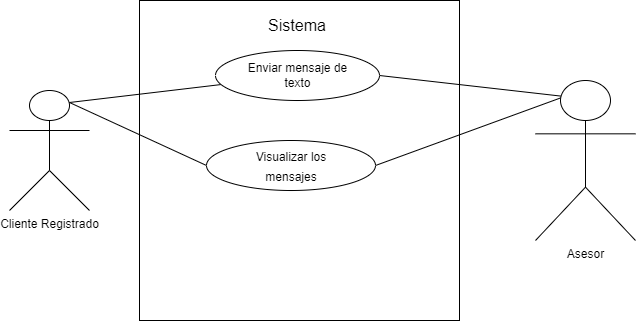
This is Proyecto en REM/image/CU04-chat.png from TheNeoStormZ/super-REMORY, a draw.io export, as it was before one commit. Source tidied: cells renumbered, new cells last; positions are measured from the earlier drawing's top-left corner, leaving out a move shared by most shapes. The source it was exported from:
```xml
<mxGraphModel>
  <root>
    <mxCell id="0" />
    <mxCell id="1" parent="0" />
    <mxCell id="2" style="whiteSpace=wrap;html=1;" parent="1" vertex="1">
      <mxGeometry x="130" width="320" height="320" as="geometry" />
    </mxCell>
    <mxCell id="3" value="Cliente Registrado" style="shape=umlActor;verticalLabelPosition=bottom;verticalAlign=top;html=1;outlineConnect=0;" parent="1" vertex="1">
      <mxGeometry y="90" width="80" height="120" as="geometry" />
    </mxCell>
    <mxCell id="4" style="endArrow=none;html=1;rounded=0;exitX=0.75;exitY=0.1;exitDx=0;exitDy=0;exitPerimeter=0;" parent="1" edge="1" source="3" target="5">
      <mxGeometry relative="1" as="geometry" />
    </mxCell>
    <mxCell id="5" style="ellipse;whiteSpace=wrap;html=1;" parent="1" vertex="1">
      <mxGeometry x="206" y="50" width="164" height="50" as="geometry" />
    </mxCell>
    <mxCell id="6" value="Enviar mensaje de texto" style="text;html=1;strokeColor=none;fillColor=none;align=center;verticalAlign=middle;whiteSpace=wrap;rounded=0;" parent="1" vertex="1">
      <mxGeometry x="227.5" y="50" width="121" height="50" as="geometry" />
    </mxCell>
    <mxCell id="7" style="endArrow=none;html=1;rounded=0;entryX=0.25;entryY=0.1;entryDx=0;entryDy=0;entryPerimeter=0;exitX=1;exitY=0.5;exitDx=0;exitDy=0;" parent="1" edge="1" source="5">
      <mxGeometry relative="1" as="geometry">
        <mxPoint x="555" y="96" as="targetPoint" />
      </mxGeometry>
    </mxCell>
    <mxCell id="8" value="&lt;div style=&quot;font-size: 16px&quot;&gt;&lt;font style=&quot;font-size: 16px&quot;&gt;Sistema&lt;br&gt;&lt;/font&gt;&lt;/div&gt;" style="text;html=1;strokeColor=none;fillColor=none;align=center;verticalAlign=middle;whiteSpace=wrap;rounded=0;" parent="1" vertex="1">
      <mxGeometry x="258" y="10" width="60" height="30" as="geometry" />
    </mxCell>
    <mxCell id="9" style="ellipse;whiteSpace=wrap;html=1;fontSize=16;" parent="1" vertex="1">
      <mxGeometry x="197" y="140" width="169" height="50" as="geometry" />
    </mxCell>
    <mxCell id="10" value="&lt;div&gt;&lt;font style=&quot;font-size: 12px&quot;&gt;Visualizar los mensajes&lt;br&gt;&lt;/font&gt;&lt;/div&gt;" style="text;html=1;strokeColor=none;fillColor=none;align=center;verticalAlign=middle;whiteSpace=wrap;rounded=0;fontSize=16;" parent="1" vertex="1">
      <mxGeometry x="241.5" y="145" width="80" height="40" as="geometry" />
    </mxCell>
    <mxCell id="11" style="endArrow=none;html=1;rounded=0;fontSize=12;exitX=1;exitY=0.5;exitDx=0;exitDy=0;entryX=0.25;entryY=0.1;entryDx=0;entryDy=0;entryPerimeter=0;" parent="1" edge="1" source="9">
      <mxGeometry relative="1" as="geometry">
        <mxPoint x="555" y="96" as="targetPoint" />
      </mxGeometry>
    </mxCell>
    <mxCell id="12" style="endArrow=none;html=1;rounded=0;fontSize=12;entryX=0;entryY=0.5;entryDx=0;entryDy=0;exitX=0.75;exitY=0.1;exitDx=0;exitDy=0;exitPerimeter=0;" parent="1" edge="1" source="3" target="9">
      <mxGeometry relative="1" as="geometry" />
    </mxCell>
    <mxCell id="13" value="Asesor" style="shape=umlActor;verticalLabelPosition=bottom;verticalAlign=top;html=1;" parent="1" vertex="1">
      <mxGeometry x="526" y="80" width="100" height="160" as="geometry" />
    </mxCell>
  </root>
</mxGraphModel>
```
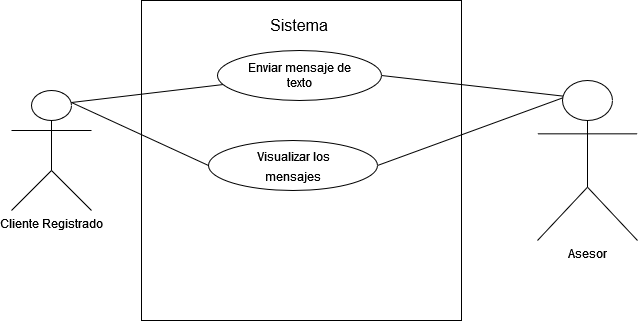
The same diagram one commit later.

Diff of the diagram source:
```diff
@@ -17,11 +17,11 @@
     <mxCell id="6" value="Enviar mensaje de texto" style="text;html=1;strokeColor=none;fillColor=none;align=center;verticalAlign=middle;whiteSpace=wrap;rounded=0;" parent="1" vertex="1">
       <mxGeometry x="227.5" y="50" width="121" height="50" as="geometry" />
     </mxCell>
-    <mxCell id="7" style="endArrow=none;html=1;rounded=0;entryX=0.25;entryY=0.1;entryDx=0;entryDy=0;entryPerimeter=0;exitX=1;exitY=0.5;exitDx=0;exitDy=0;" parent="1" edge="1" source="5">
-      <mxGeometry relative="1" as="geometry">
-        <mxPoint x="555" y="96" as="targetPoint" />
-      </mxGeometry>
-    </mxCell>
+    <mxCell id="14" style="endArrow=none;html=1;rounded=0;entryX=0.25;entryY=0.1;entryDx=0;entryDy=0;entryPerimeter=0;exitX=1;exitY=0.5;exitDx=0;exitDy=0;" parent="1" edge="1" source="5">
+      <mxGeometry relative="1" as="geometry">
+        <mxPoint x="555" y="96" as="targetPoint" />
+      </mxGeometry>
+    </mxCell>
     <mxCell id="8" value="&lt;div style=&quot;font-size: 16px&quot;&gt;&lt;font style=&quot;font-size: 16px&quot;&gt;Sistema&lt;br&gt;&lt;/font&gt;&lt;/div&gt;" style="text;html=1;strokeColor=none;fillColor=none;align=center;verticalAlign=middle;whiteSpace=wrap;rounded=0;" parent="1" vertex="1">
       <mxGeometry x="258" y="10" width="60" height="30" as="geometry" />
     </mxCell>
@@ -31,11 +31,11 @@
     <mxCell id="10" value="&lt;div&gt;&lt;font style=&quot;font-size: 12px&quot;&gt;Visualizar los mensajes&lt;br&gt;&lt;/font&gt;&lt;/div&gt;" style="text;html=1;strokeColor=none;fillColor=none;align=center;verticalAlign=middle;whiteSpace=wrap;rounded=0;fontSize=16;" parent="1" vertex="1">
       <mxGeometry x="241.5" y="145" width="80" height="40" as="geometry" />
     </mxCell>
-    <mxCell id="11" style="endArrow=none;html=1;rounded=0;fontSize=12;exitX=1;exitY=0.5;exitDx=0;exitDy=0;entryX=0.25;entryY=0.1;entryDx=0;entryDy=0;entryPerimeter=0;" parent="1" edge="1" source="9">
-      <mxGeometry relative="1" as="geometry">
-        <mxPoint x="555" y="96" as="targetPoint" />
-      </mxGeometry>
-    </mxCell>
+    <mxCell id="15" style="endArrow=none;html=1;rounded=0;fontSize=12;exitX=1;exitY=0.5;exitDx=0;exitDy=0;entryX=0.25;entryY=0.1;entryDx=0;entryDy=0;entryPerimeter=0;" parent="1" edge="1" source="9">
+      <mxGeometry relative="1" as="geometry">
+        <mxPoint x="555" y="96" as="targetPoint" />
+      </mxGeometry>
+    </mxCell>
     <mxCell id="12" style="endArrow=none;html=1;rounded=0;fontSize=12;entryX=0;entryY=0.5;entryDx=0;entryDy=0;exitX=0.75;exitY=0.1;exitDx=0;exitDy=0;exitPerimeter=0;" parent="1" edge="1" source="3" target="9">
       <mxGeometry relative="1" as="geometry" />
     </mxCell>
```
